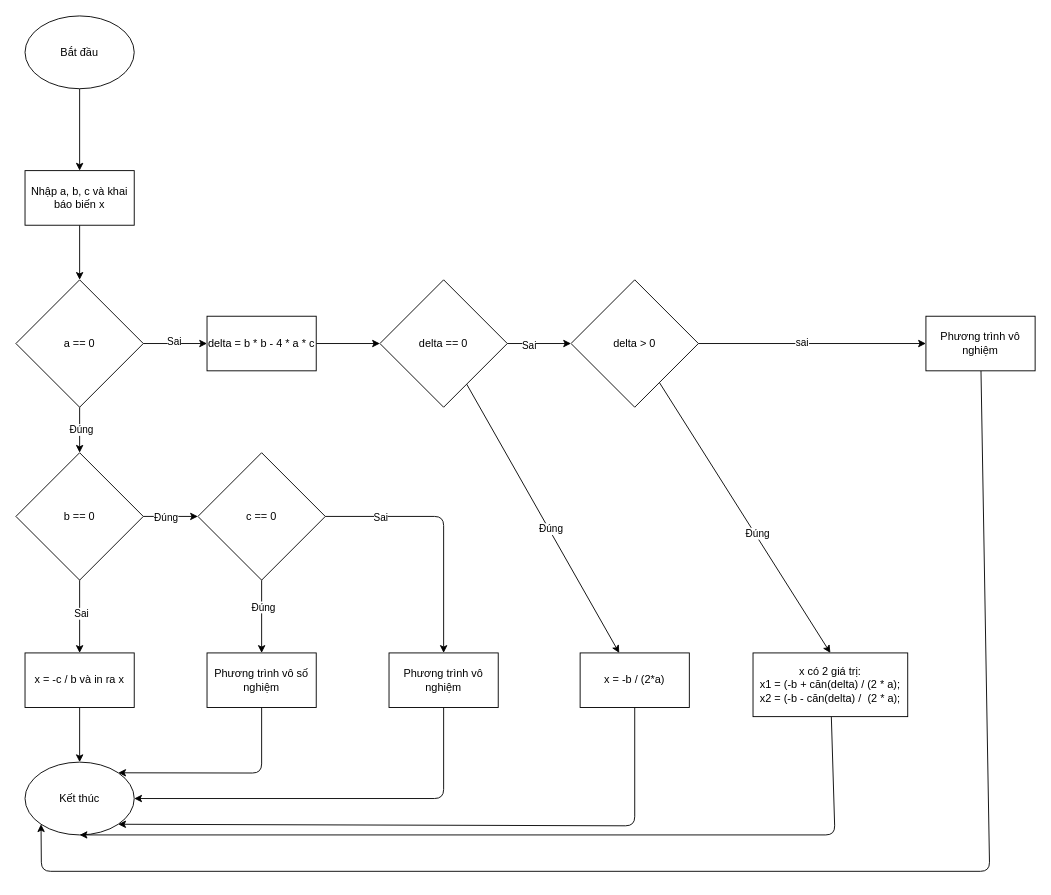
Above: bai2_2.drawio in FPOLY-UDPM/com108-cs21301-lab3-phantrongvinh (draw.io), before the change. Source tidied: cells renumbered, new cells numbered last; positions are measured from the earlier drawing's top-left corner, leaving out a move shared by most shapes. Both pictures are drawn from the tidied source at 91%, with x=0, y=0 at pixel (15, 15).
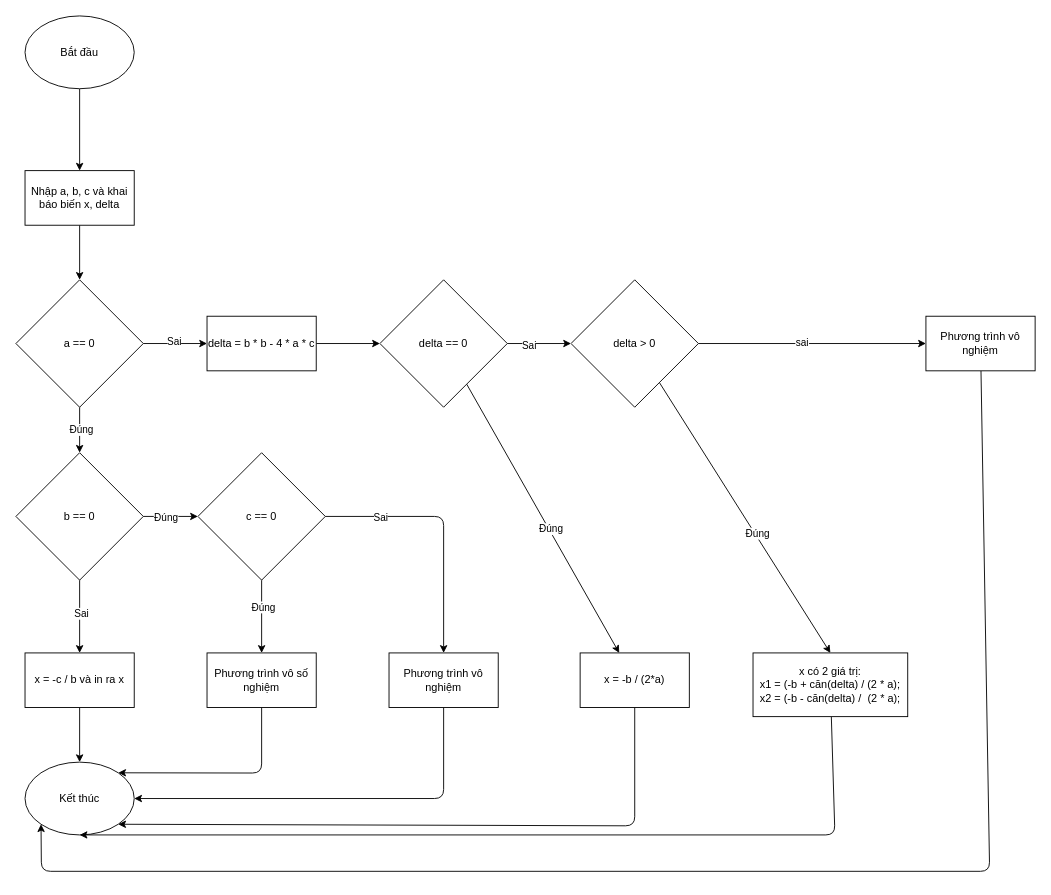
After the change.

Commit message:
Thêm biến delta vô sơ đồ

Diff of the diagram source:
```diff
@@
-    <mxCell id="5" value="Nhập a, b, c và khai báo biến x" style="whiteSpace=wrap;html=1;" parent="1" vertex="1">
+    <mxCell id="5" value="Nhập a, b, c và khai báo biến x, delta" style="whiteSpace=wrap;html=1;" parent="1" vertex="1">
       <mxGeometry x="10" y="170" width="120" height="60" as="geometry" />
     </mxCell>
```
